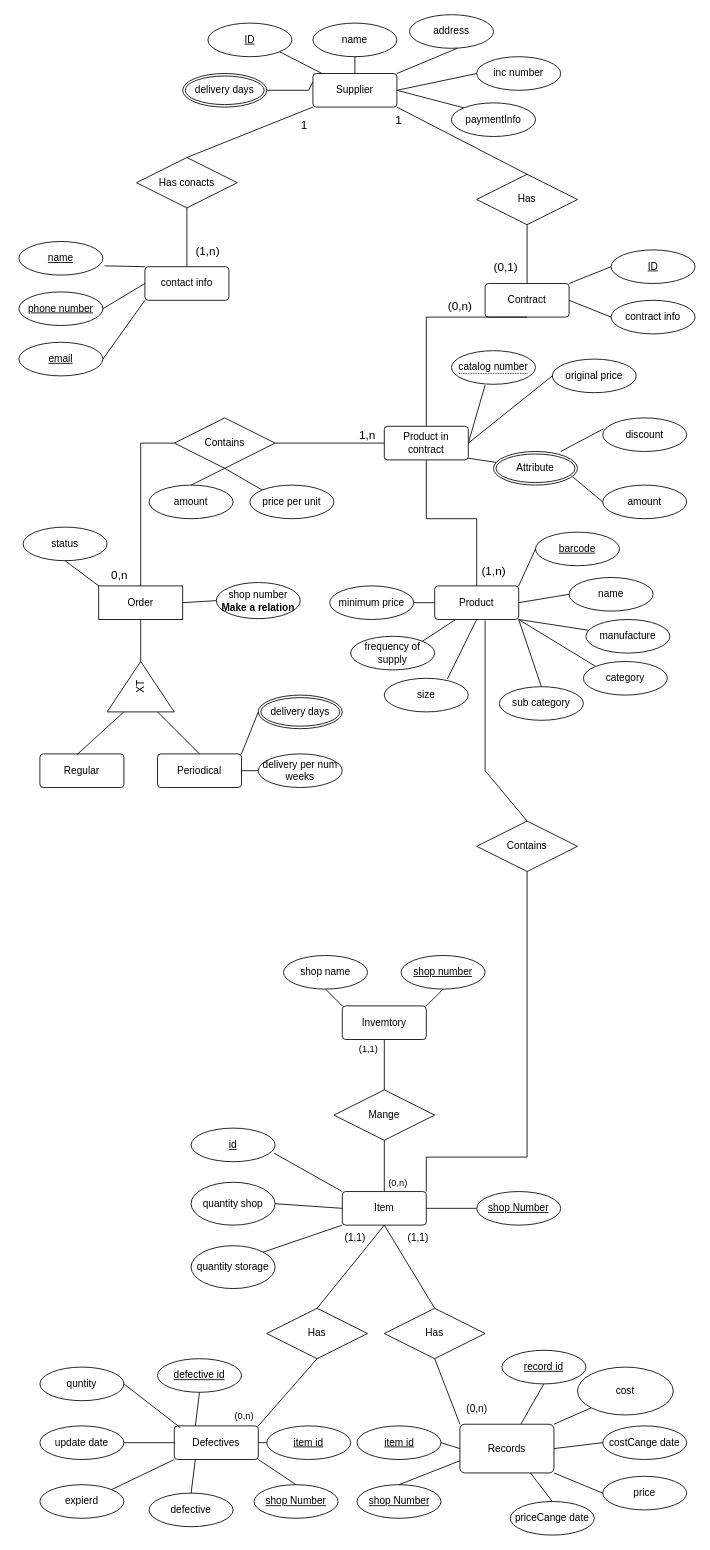
Above: docs/db/erd.drawio in netanelpr/SupperLee (draw.io), before the change. Source tidied: cells renumbered, new cells numbered last; positions are measured from the earlier drawing's top-left corner, leaving out a move shared by most shapes. Both pictures are drawn from the tidied source at 84%, with x=0, y=0 at pixel (18, 14).
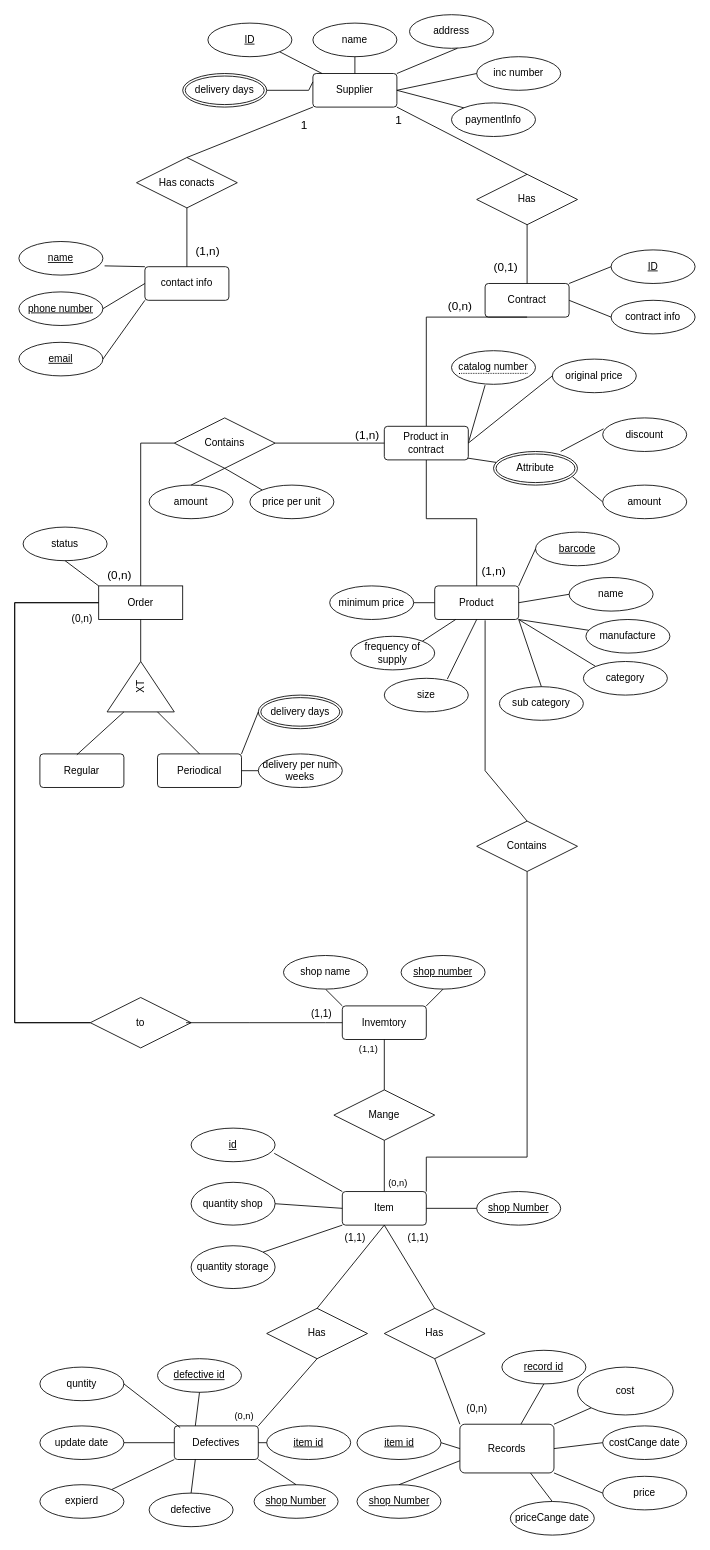
Above is the later version.

The change refers to these unchanged cells:
```xml
<mxCell id="42" value="Order" style="rounded=1;arcSize=0;whiteSpace=wrap;html=1;align=center;" parent="1" vertex="1">
  <mxGeometry x="95" y="680" width="100" height="40" as="geometry" />
</mxCell>
<mxCell id="99" value="Invemtory" style="rounded=1;arcSize=10;whiteSpace=wrap;html=1;align=center;" parent="1" vertex="1">
  <mxGeometry x="385" y="1180" width="100" height="40" as="geometry" />
</mxCell>
```

Change to the diagram source:
```diff
@@
-    <mxCell id="50" value="1,n" style="text;align=center;verticalAlign=middle;spacingLeft=4;spacingRight=4;fontSize=14;" parent="1" vertex="1">
+    <mxCell id="50" value="(1,n)" style="text;align=center;verticalAlign=middle;spacingLeft=4;spacingRight=4;fontSize=14;" parent="1" vertex="1">
       <mxGeometry x="400" y="490" width="30" height="20" as="geometry" />
     </mxCell>
@@
-    <mxCell id="76" value="0,n" style="text;align=center;verticalAlign=middle;spacingLeft=4;spacingRight=4;fontSize=14;" parent="1" vertex="1">
+    <mxCell id="76" value="(0,n)" style="text;align=center;verticalAlign=middle;spacingLeft=4;spacingRight=4;fontSize=14;" parent="1" vertex="1">
       <mxGeometry x="105" y="656" width="30" height="20" as="geometry" />
     </mxCell>
@@
-    <mxCell id="97" value="&lt;div&gt;shop number&lt;/div&gt;&lt;div&gt;&lt;b&gt;Make a relation&lt;/b&gt;&lt;br&gt;&lt;/div&gt;" style="ellipse;whiteSpace=wrap;html=1;align=center;" parent="1" vertex="1">
-      <mxGeometry x="235" y="676" width="100" height="43" as="geometry" />
-    </mxCell>
-    <mxCell id="98" style="endArrow=none;html=1;rounded=0;entryX=1;entryY=0.5;entryDx=0;entryDy=0;exitX=0;exitY=0.5;exitDx=0;exitDy=0;" parent="1" edge="1" source="97" target="42">
-      <mxGeometry relative="1" as="geometry" />
-    </mxCell>
@@
+    <mxCell id="161" style="endArrow=none;html=1;rounded=0;exitX=0;exitY=0.5;exitDx=0;exitDy=0;" parent="1" edge="1" source="42">
+      <mxGeometry relative="1" as="geometry">
+        <mxPoint x="85" y="1200" as="targetPoint" />
+        <Array as="points">
+          <mxPoint x="-5" y="700" />
+          <mxPoint x="-5" y="1200" />
+        </Array>
+      </mxGeometry>
+    </mxCell>
+    <mxCell id="162" value="to" style="shape=rhombus;perimeter=rhombusPerimeter;whiteSpace=wrap;html=1;align=center;" parent="1" vertex="1">
+      <mxGeometry x="85" y="1170" width="120" height="60" as="geometry" />
+    </mxCell>
+    <mxCell id="163" style="endArrow=none;html=1;rounded=0;exitX=0;exitY=0.5;exitDx=0;exitDy=0;" parent="1" edge="1">
+      <mxGeometry relative="1" as="geometry">
+        <mxPoint x="95" y="700" as="sourcePoint" />
+        <mxPoint x="85" y="1200" as="targetPoint" />
+        <Array as="points">
+          <mxPoint x="-5" y="700" />
+          <mxPoint x="-5" y="1200" />
+        </Array>
+      </mxGeometry>
+    </mxCell>
+    <mxCell id="164" style="endArrow=none;html=1;rounded=0;entryX=0;entryY=0.5;entryDx=0;entryDy=0;exitX=0.95;exitY=0.5;exitDx=0;exitDy=0;exitPerimeter=0;" parent="1" edge="1" source="162" target="99">
+      <mxGeometry relative="1" as="geometry">
+        <Array as="points">
+          <mxPoint x="275" y="1200" />
+          <mxPoint x="365" y="1200" />
+        </Array>
+      </mxGeometry>
+    </mxCell>
+    <mxCell id="165" value="(0,n)" style="text;html=1;align=center;verticalAlign=middle;" parent="1" vertex="1">
+      <mxGeometry x="55" y="710" width="40" height="20" as="geometry" />
+    </mxCell>
+    <mxCell id="166" value="(1,1)" style="text;html=1;align=center;verticalAlign=middle;" parent="1" vertex="1">
+      <mxGeometry x="340" y="1180" width="40" height="20" as="geometry" />
+    </mxCell>
```
